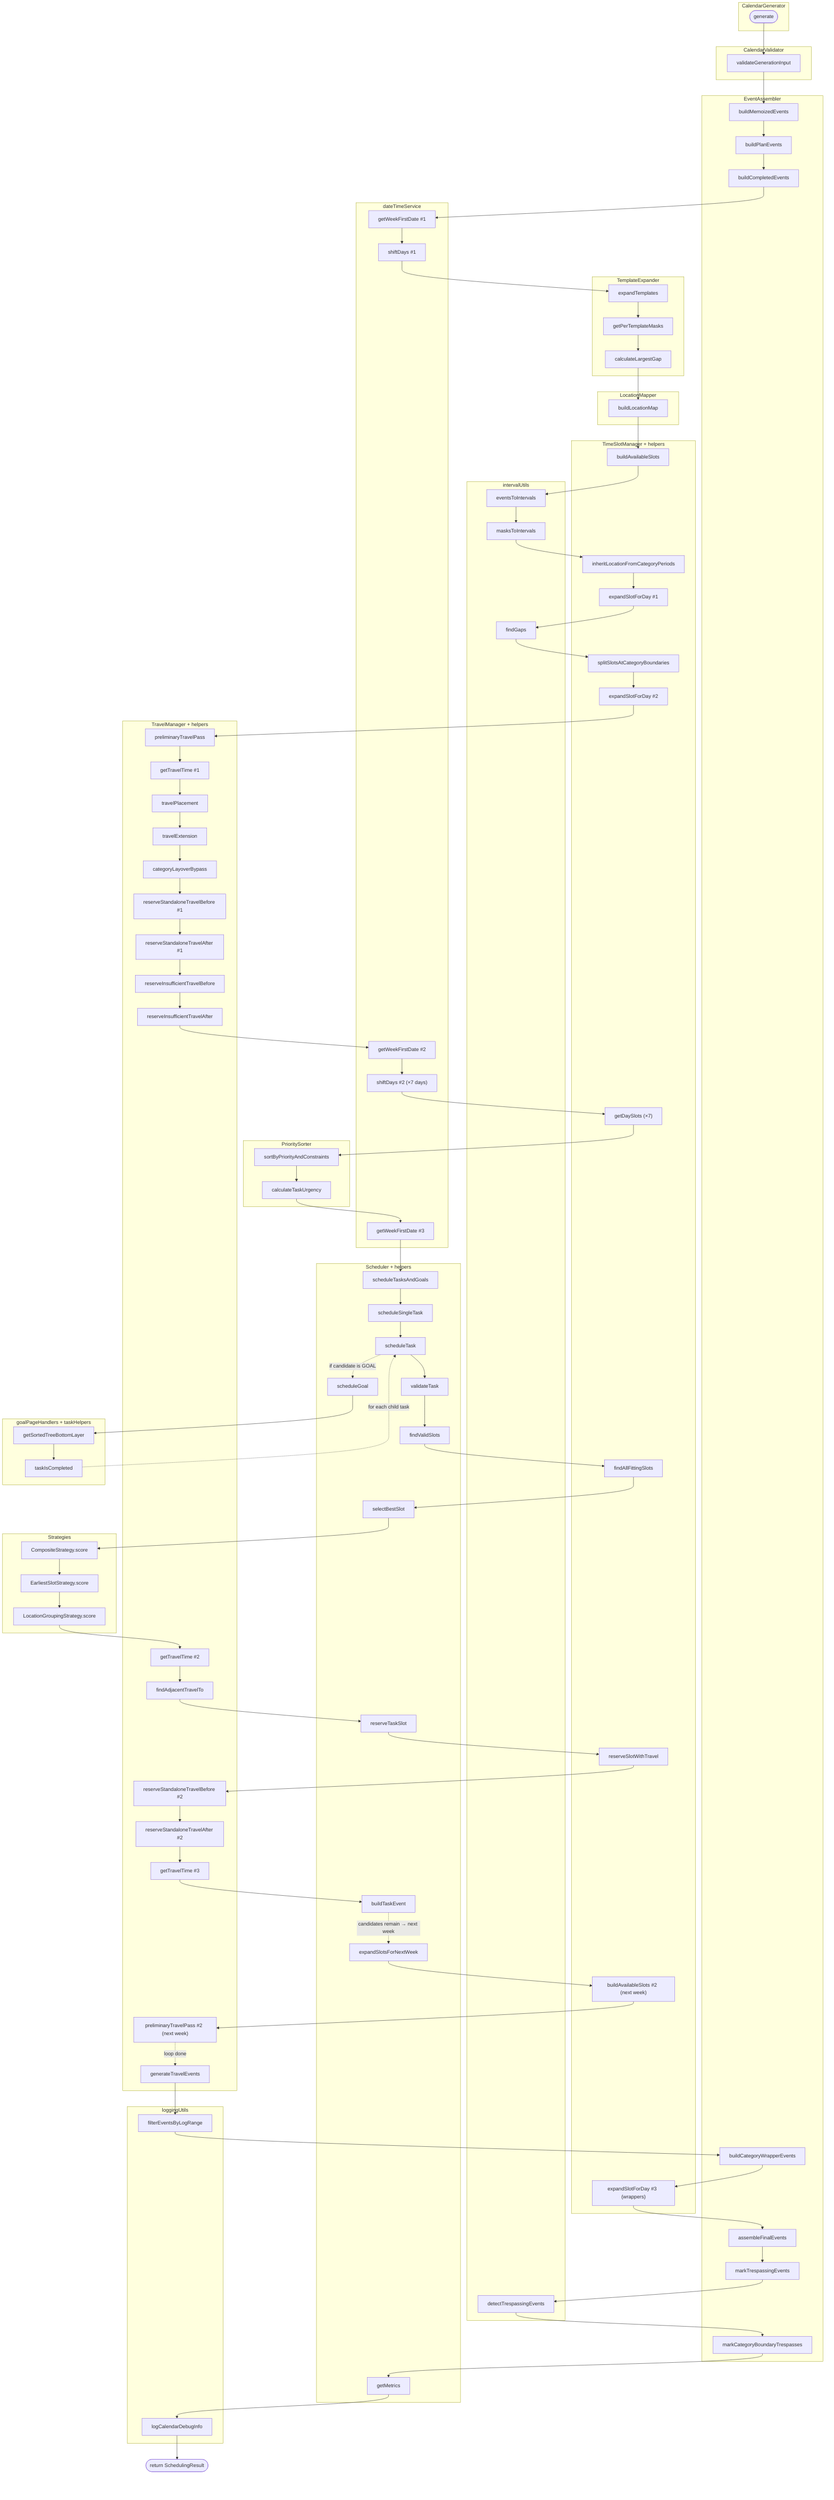
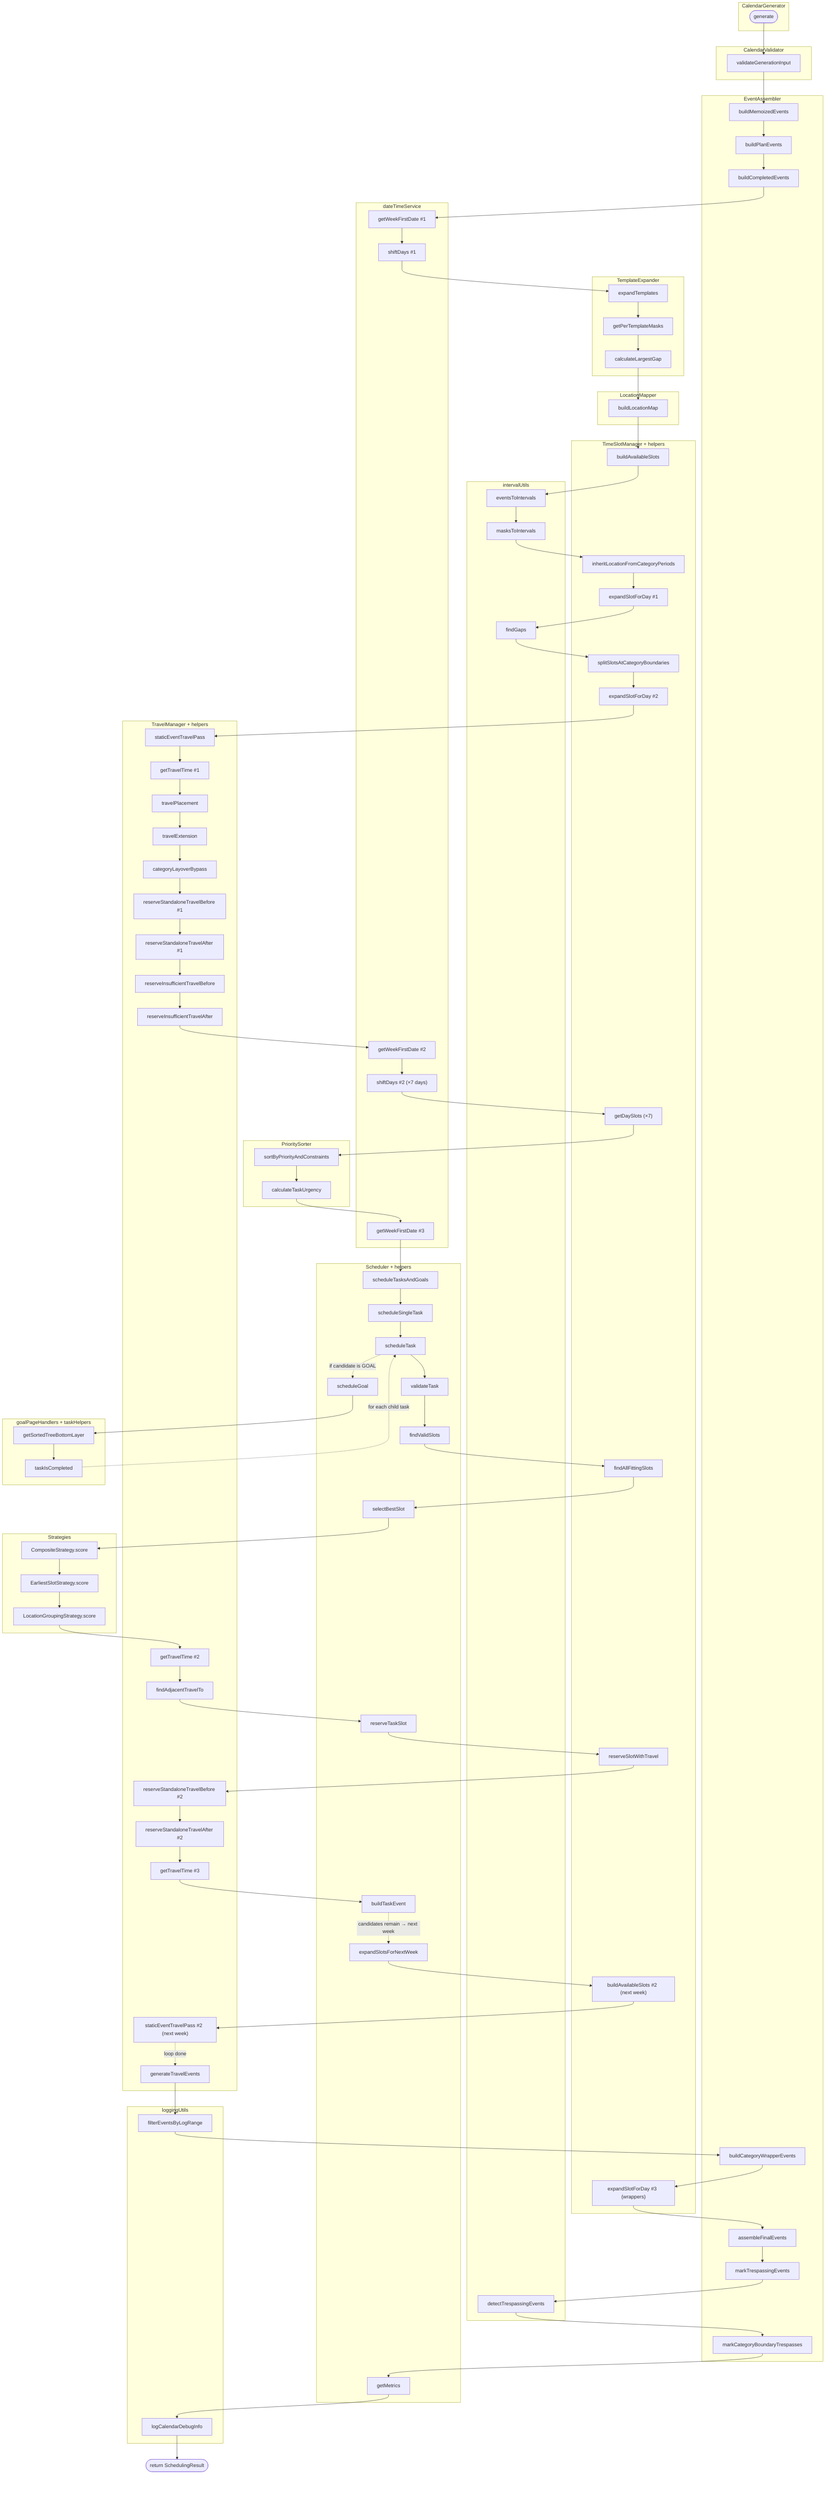
flowchart TD
  %% Each subgraph is a container (class / module).
  %% Function nodes live inside their container.
  %% Every arrow = "what runs next" — follow the line top-to-bottom.
  %% Repeated visits to the same function get a numeric suffix so the trace
  %% stays unambiguous (#1, #2 ... are the same function, called again).

  subgraph CG[CalendarGenerator]
    gen([generate])
  end

  subgraph CV[CalendarValidator]
    cv1[validateGenerationInput]
  end

  subgraph EA[EventAssembler]
    ea1[buildMemoizedEvents]
    ea2[buildPlanEvents]
    ea3[buildCompletedEvents]
    ea4[buildCategoryWrapperEvents]
    ea5[assembleFinalEvents]
    ea6[markTrespassingEvents]
    ea7[markCategoryBoundaryTrespasses]
  end

  subgraph DT[dateTimeService]
    dt1["getWeekFirstDate #1"]
    dt2["shiftDays #1"]
    dt3["getWeekFirstDate #2"]
    dt4["shiftDays #2  (×7 days)"]
    dt5["getWeekFirstDate #3"]
  end

  subgraph TE[TemplateExpander]
    te1[expandTemplates]
    te2[getPerTemplateMasks]
    te3[calculateLargestGap]
  end

  subgraph LM[LocationMapper]
    lm1[buildLocationMap]
  end

  subgraph TSM[TimeSlotManager  + helpers]
    ts1[buildAvailableSlots]
    ts2[inheritLocationFromCategoryPeriods]
    ts3a["expandSlotForDay #1"]
    ts4[splitSlotsAtCategoryBoundaries]
    ts3b["expandSlotForDay #2"]
    ts5["getDaySlots  (×7)"]
    ts6[findAllFittingSlots]
    ts7[reserveSlotWithTravel]
    ts8["buildAvailableSlots #2  (next week)"]
    ts3c["expandSlotForDay #3  (wrappers)"]
  end

  subgraph IU[intervalUtils]
    iu1[eventsToIntervals]
    iu2[masksToIntervals]
    iu3[findGaps]
    iu4[detectTrespassingEvents]
  end

  subgraph TM[TravelManager  + helpers]
-     tm1[preliminaryTravelPass]
+     tm1[staticEventTravelPass]
    tm2["getTravelTime #1"]
    tm3[travelPlacement]
    tm4[travelExtension]
    tm5[categoryLayoverBypass]
    tm6a["reserveStandaloneTravelBefore #1"]
    tm7a["reserveStandaloneTravelAfter #1"]
    tm8[reserveInsufficientTravelBefore]
    tm9[reserveInsufficientTravelAfter]
    tm10["getTravelTime #2"]
    tm11[findAdjacentTravelTo]
    tm6b["reserveStandaloneTravelBefore #2"]
    tm7b["reserveStandaloneTravelAfter #2"]
    tm12["getTravelTime #3"]
-     tm13["preliminaryTravelPass #2  (next week)"]
+     tm13["staticEventTravelPass #2  (next week)"]
    tm14[generateTravelEvents]
  end

  subgraph PS[PrioritySorter]
    ps1[sortByPriorityAndConstraints]
    ps2[calculateTaskUrgency]
  end

  subgraph SCH[Scheduler  + helpers]
    sc1[scheduleTasksAndGoals]
    sc2[scheduleSingleTask]
    sc3[scheduleTask]
    sc4[validateTask]
    sc5[findValidSlots]
    sc6[selectBestSlot]
    sc7[reserveTaskSlot]
    sc8[buildTaskEvent]
    sc9[scheduleGoal]
    sc10[expandSlotsForNextWeek]
    sc11[getMetrics]
  end

  subgraph STR[Strategies]
    st1[CompositeStrategy.score]
    st2[EarliestSlotStrategy.score]
    st3[LocationGroupingStrategy.score]
  end

  subgraph GTH[goalPageHandlers + taskHelpers]
    gt1[getSortedTreeBottomLayer]
    gt2[taskIsCompleted]
  end

  subgraph LOG[loggingUtils]
    lg1[filterEventsByLogRange]
    lg2[logCalendarDebugInfo]
  end

  %% ---------- The trace ----------

  gen --> cv1
  cv1 --> ea1
  ea1 --> ea2
  ea2 --> ea3
  ea3 --> dt1
  dt1 --> dt2
  dt2 --> te1
  te1 --> te2
  te2 --> te3
  te3 --> lm1
  lm1 --> ts1

  %% buildAvailableSlots body
  ts1 --> iu1
  iu1 --> iu2
  iu2 --> ts2
  ts2 --> ts3a
  ts3a --> iu3
  iu3 --> ts4
  ts4 --> ts3b

-   %% preliminaryTravelPass body
+   %% staticEventTravelPass body
  ts3b --> tm1
  tm1 --> tm2
  tm2 --> tm3
  tm3 --> tm4
  tm4 --> tm5
  tm5 --> tm6a
  tm6a --> tm7a
  tm7a --> tm8
  tm8 --> tm9

  %% prepareSchedulingContext (per-day slot collection)
  tm9 --> dt3
  dt3 --> dt4
  dt4 --> ts5

  %% prepareCandidates
  ts5 --> ps1
  ps1 --> ps2

  %% scheduling loop entry
  ps2 --> dt5
  dt5 --> sc1
  sc1 --> sc2
  sc2 --> sc3

  %% scheduleTask 5-phase pipeline (TASK path)
  sc3 --> sc4
  sc4 --> sc5
  sc5 --> ts6
  ts6 --> sc6
  sc6 --> st1
  st1 --> st2
  st2 --> st3
  st3 --> tm10
  tm10 --> tm11
  tm11 --> sc7
  sc7 --> ts7
  ts7 --> tm6b
  tm6b --> tm7b
  tm7b --> tm12
  tm12 --> sc8

  %% GOAL path branches off scheduleTask and rejoins at expandSlotsForNextWeek
  sc3 -. "if candidate is GOAL" .-> sc9
  sc9 --> gt1
  gt1 --> gt2
  gt2 -. "for each child task" .-> sc3

  %% End-of-iteration: maybe advance a week, then exit loop
  sc8 -. "candidates remain → next week" .-> sc10
  sc10 --> ts8
  ts8 --> tm13
  tm13 -. "loop done" .-> tm14

  %% Finalization
  tm14 --> lg1
  lg1 --> ea4
  ea4 --> ts3c
  ts3c --> ea5
  ea5 --> ea6
  ea6 --> iu4
  iu4 --> ea7
  ea7 --> sc11
  sc11 --> lg2
  lg2 --> done([return SchedulingResult])
